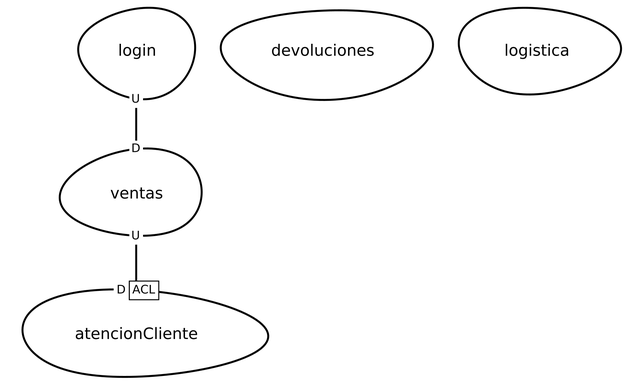
Earlier version of the Graphviz export src-gen/LAB02_proyectoEcomerce_ContexMapper_ContextMap.png (Jhonat20/LAB02_proyectoEcomerce_ContexMapper). Its source is kept beside it as src-gen/LAB02_proyectoEcomerce_ContexMapper_ContextMap.gv. Its diagram source:
```dot
digraph "ContextMapGraph" {
graph ["imagepath"="/tmp/GraphvizJava"]
"atencionCliente" ["margin"="0.3","orientation"="279","shape"="egg","fontsize"="16","style"="bold","label"="atencionCliente\n","fontname"="sans-serif"]
"devoluciones" ["margin"="0.3","orientation"="266","shape"="egg","fontsize"="16","style"="bold","label"="devoluciones\n","fontname"="sans-serif"]
"login" ["margin"="0.3","orientation"="51","shape"="egg","fontsize"="16","style"="bold","label"="login\n","fontname"="sans-serif"]
"ventas" ["margin"="0.3","orientation"="241","shape"="egg","fontsize"="16","style"="bold","label"="ventas\n","fontname"="sans-serif"]
"logistica" ["margin"="0.3","orientation"="32","shape"="egg","fontsize"="16","style"="bold","label"="logistica\n","fontname"="sans-serif"]
"login" -> "ventas" ["headlabel"=<<table cellspacing="0" cellborder="0" border="0">
<tr><td bgcolor="white">D</td></tr>
</table>>,"labeldistance"="0","fontsize"="12","taillabel"=<<table cellspacing="0" cellborder="0" border="0">
<tr><td bgcolor="white">U</td></tr>
</table>>,"style"="bold","label"="                                        ","dir"="none","fontname"="sans-serif"]
"ventas" -> "atencionCliente" ["headlabel"=<<table cellspacing="0" cellborder="1" border="0">
<tr><td bgcolor="white" sides="r">D</td><td sides="trbl" bgcolor="white"><font>ACL</font></td></tr>
</table>>,"labeldistance"="0","fontsize"="12","taillabel"=<<table cellspacing="0" cellborder="0" border="0">
<tr><td bgcolor="white">U</td></tr>
</table>>,"style"="bold","label"="                                        ","dir"="none","fontname"="sans-serif"]
}
```
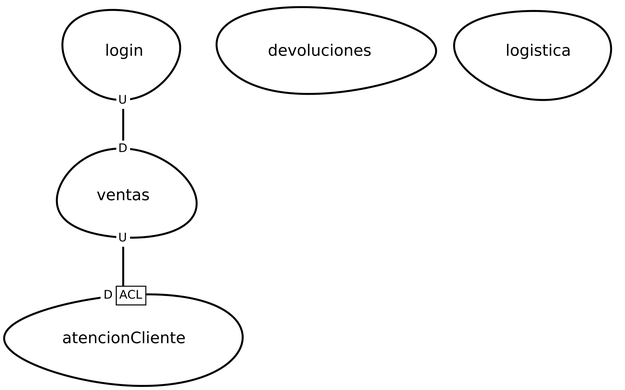
Above is the later version.

The edit, as a diff of the source:
```diff
@@ -1,10 +1,10 @@
 digraph "ContextMapGraph" {
 graph ["imagepath"="/tmp/GraphvizJava"]
-"atencionCliente" ["margin"="0.3","orientation"="279","shape"="egg","fontsize"="16","style"="bold","label"="atencionCliente\n","fontname"="sans-serif"]
-"devoluciones" ["margin"="0.3","orientation"="266","shape"="egg","fontsize"="16","style"="bold","label"="devoluciones\n","fontname"="sans-serif"]
-"login" ["margin"="0.3","orientation"="51","shape"="egg","fontsize"="16","style"="bold","label"="login\n","fontname"="sans-serif"]
-"ventas" ["margin"="0.3","orientation"="241","shape"="egg","fontsize"="16","style"="bold","label"="ventas\n","fontname"="sans-serif"]
-"logistica" ["margin"="0.3","orientation"="32","shape"="egg","fontsize"="16","style"="bold","label"="logistica\n","fontname"="sans-serif"]
+"atencionCliente" ["margin"="0.3","orientation"="143","shape"="egg","fontsize"="16","style"="bold","label"="atencionCliente\n","fontname"="sans-serif"]
+"devoluciones" ["margin"="0.3","orientation"="27","shape"="egg","fontsize"="16","style"="bold","label"="devoluciones\n","fontname"="sans-serif"]
+"login" ["margin"="0.3","orientation"="304","shape"="egg","fontsize"="16","style"="bold","label"="login\n","fontname"="sans-serif"]
+"ventas" ["margin"="0.3","orientation"="346","shape"="egg","fontsize"="16","style"="bold","label"="ventas\n","fontname"="sans-serif"]
+"logistica" ["margin"="0.3","orientation"="52","shape"="egg","fontsize"="16","style"="bold","label"="logistica\n","fontname"="sans-serif"]
 "login" -> "ventas" ["headlabel"=<<table cellspacing="0" cellborder="0" border="0">
 <tr><td bgcolor="white">D</td></tr>
 </table>>,"labeldistance"="0","fontsize"="12","taillabel"=<<table cellspacing="0" cellborder="0" border="0">
```
